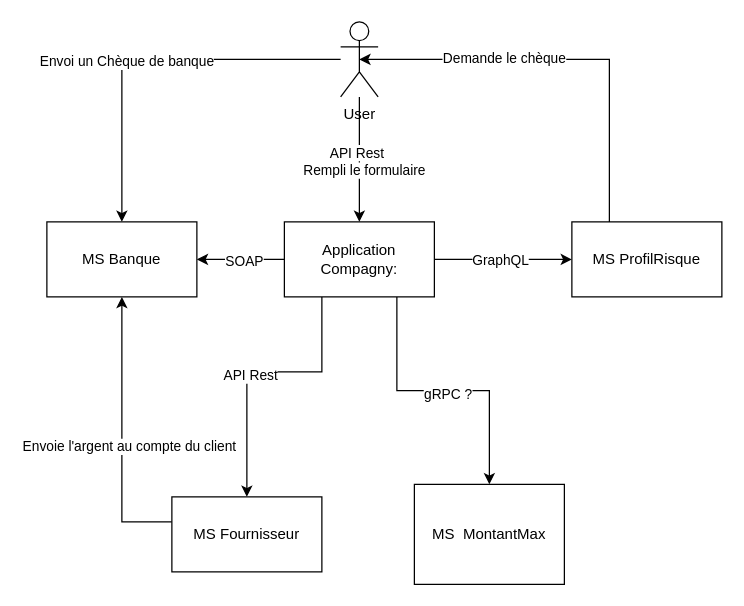
Earlier version of the draw.io diagram docs/ServiceWeb.drawio (AdrienBenthami/Webservice). Source tidied: cells renumbered, new cells numbered last; positions are measured from the earlier drawing's top-left corner, leaving out a move shared by most shapes. Both pictures are drawn from the tidied source at 125%, with x=0, y=0 at pixel (46, 21).
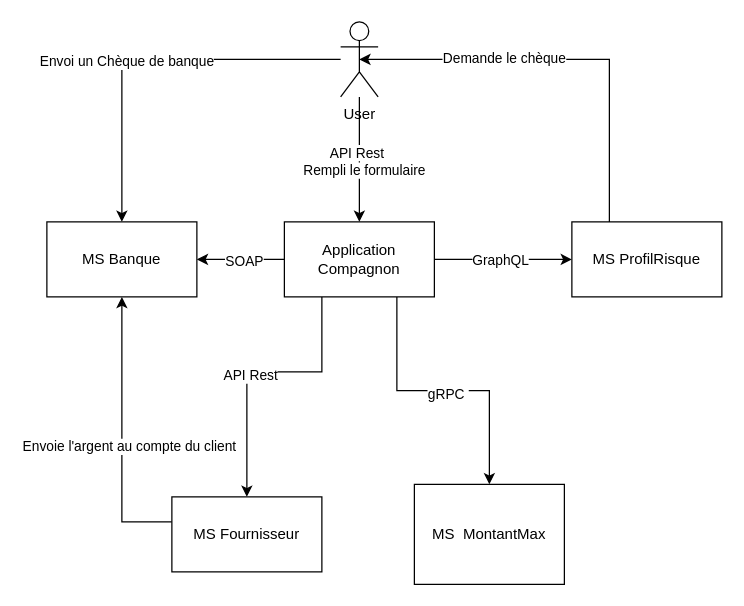
After the change.

Commit message (it also covers changes not shown here):
Add Dockerfile and requirements for Flask application

Unchanged cells that the change refers to:
```xml
<mxCell id="3" style="edgeStyle=orthogonalEdgeStyle;rounded=0;jettySize=auto;html=1;startArrow=classic;startFill=1;endArrow=none;endFill=0;" parent="1" edge="1" source="9">
  <mxGeometry relative="1" as="geometry">
    <mxPoint x="280" y="220" as="targetPoint" />
    <Array as="points">
      <mxPoint x="354" y="295" />
      <mxPoint x="280" y="295" />
      <mxPoint x="280" y="220" />
    </Array>
  </mxGeometry>
</mxCell>
```

The edit, as a diff of the source:
```diff
@@
-    <mxCell id="2" value="Application Compagny:" style="rounded=0;whiteSpace=wrap;html=1;" parent="1" vertex="1">
+    <mxCell id="2" value="Application Compagnon" style="rounded=0;whiteSpace=wrap;html=1;" parent="1" vertex="1">
       <mxGeometry x="190" y="160" width="120" height="60" as="geometry" />
     </mxCell>
@@
-    <mxCell id="4" value="gRPC ?" style="edgeLabel;html=1;align=center;verticalAlign=middle;" parent="3" vertex="1">
+    <mxCell id="4" value="gRPC&amp;nbsp;" style="edgeLabel;html=1;align=center;verticalAlign=middle;" parent="3" vertex="1">
       <mxGeometry x="-0.03" y="2" relative="1" as="geometry" />
     </mxCell>
```
